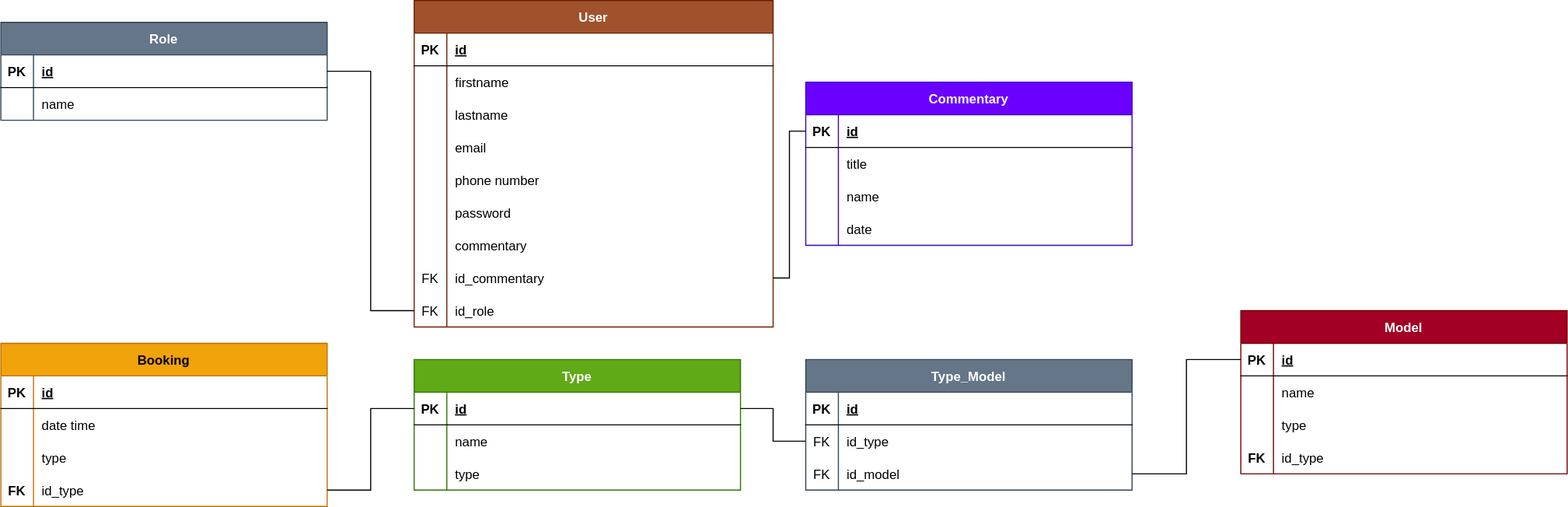
Before: code/server/merise/MLD.drawio.svg, a diagram exported from draw.io (ikezadri/za.nails). Source tidied: cells renumbered, new cells last; positions are measured from the earlier drawing's top-left corner, leaving out a move shared by most shapes.
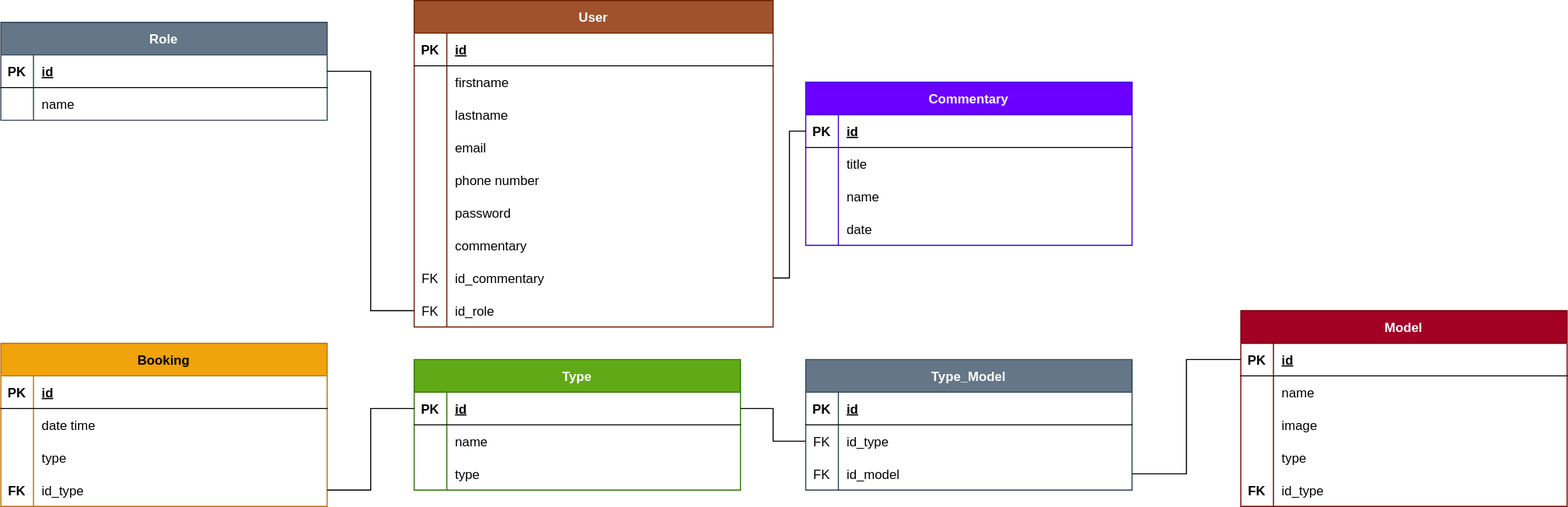
The same diagram one commit later.

Change to the diagram source:
```diff
@@ -180,7 +180,7 @@
       <mxGeometry relative="1" as="geometry" />
     </mxCell>
     <mxCell id="61" value="Model" style="shape=table;startSize=30;rowLines=0;fontStyle=1;align=center;fillColor=#a20025;strokeColor=#6F0000;fontColor=#ffffff;" parent="1" vertex="1">
-      <mxGeometry x="1140" y="285" width="300" height="150" as="geometry" />
+      <mxGeometry x="1140" y="285" width="300" height="180" as="geometry" />
     </mxCell>
     <mxCell id="62" style="shape=tableRow;horizontal=0;startSize=0;swimlaneHead=0;swimlaneBody=0;fillColor=none;points=[[0,0.5],[1,0.5]];portConstraint=eastwest;top=0;left=0;right=0;bottom=1;" parent="61" vertex="1">
       <mxGeometry y="30" width="300" height="30" as="geometry" />
@@ -200,8 +200,17 @@
     <mxCell id="67" value="name " style="shape=partialRectangle;fillColor=none;top=0;left=0;bottom=0;right=0;align=left;spacingLeft=6;overflow=hidden;" parent="65" vertex="1">
       <mxGeometry x="30" width="270" height="30" as="geometry" />
     </mxCell>
+    <mxCell id="101" style="shape=tableRow;horizontal=0;startSize=0;swimlaneHead=0;swimlaneBody=0;fillColor=none;top=0;left=0;right=0;bottom=0;" parent="61" vertex="1">
+      <mxGeometry y="90" width="300" height="30" as="geometry" />
+    </mxCell>
+    <mxCell id="102" style="shape=partialRectangle;fillColor=none;top=0;left=0;bottom=0;right=0;overflow=hidden;" parent="101" vertex="1">
+      <mxGeometry width="30" height="30" as="geometry" />
+    </mxCell>
+    <mxCell id="103" value="image" style="shape=partialRectangle;fillColor=none;top=0;left=0;bottom=0;right=0;align=left;spacingLeft=6;overflow=hidden;" parent="101" vertex="1">
+      <mxGeometry x="30" width="270" height="30" as="geometry" />
+    </mxCell>
     <mxCell id="68" style="shape=tableRow;horizontal=0;startSize=0;swimlaneHead=0;swimlaneBody=0;fillColor=none;top=0;left=0;right=0;bottom=0;" parent="61" vertex="1">
-      <mxGeometry y="90" width="300" height="30" as="geometry" />
+      <mxGeometry y="120" width="300" height="30" as="geometry" />
     </mxCell>
     <mxCell id="69" style="shape=partialRectangle;fillColor=none;top=0;left=0;bottom=0;right=0;overflow=hidden;" parent="68" vertex="1">
       <mxGeometry width="30" height="30" as="geometry" />
@@ -210,7 +219,7 @@
       <mxGeometry x="30" width="270" height="30" as="geometry" />
     </mxCell>
     <mxCell id="71" style="shape=tableRow;horizontal=0;startSize=0;swimlaneHead=0;swimlaneBody=0;fillColor=none;top=0;left=0;right=0;bottom=0;" parent="61" vertex="1">
-      <mxGeometry y="120" width="300" height="30" as="geometry" />
+      <mxGeometry y="150" width="300" height="30" as="geometry" />
     </mxCell>
     <mxCell id="72" value="FK" style="shape=partialRectangle;fillColor=none;top=0;left=0;bottom=0;right=0;overflow=hidden;fontStyle=1;" parent="71" vertex="1">
       <mxGeometry width="30" height="30" as="geometry" />
```
